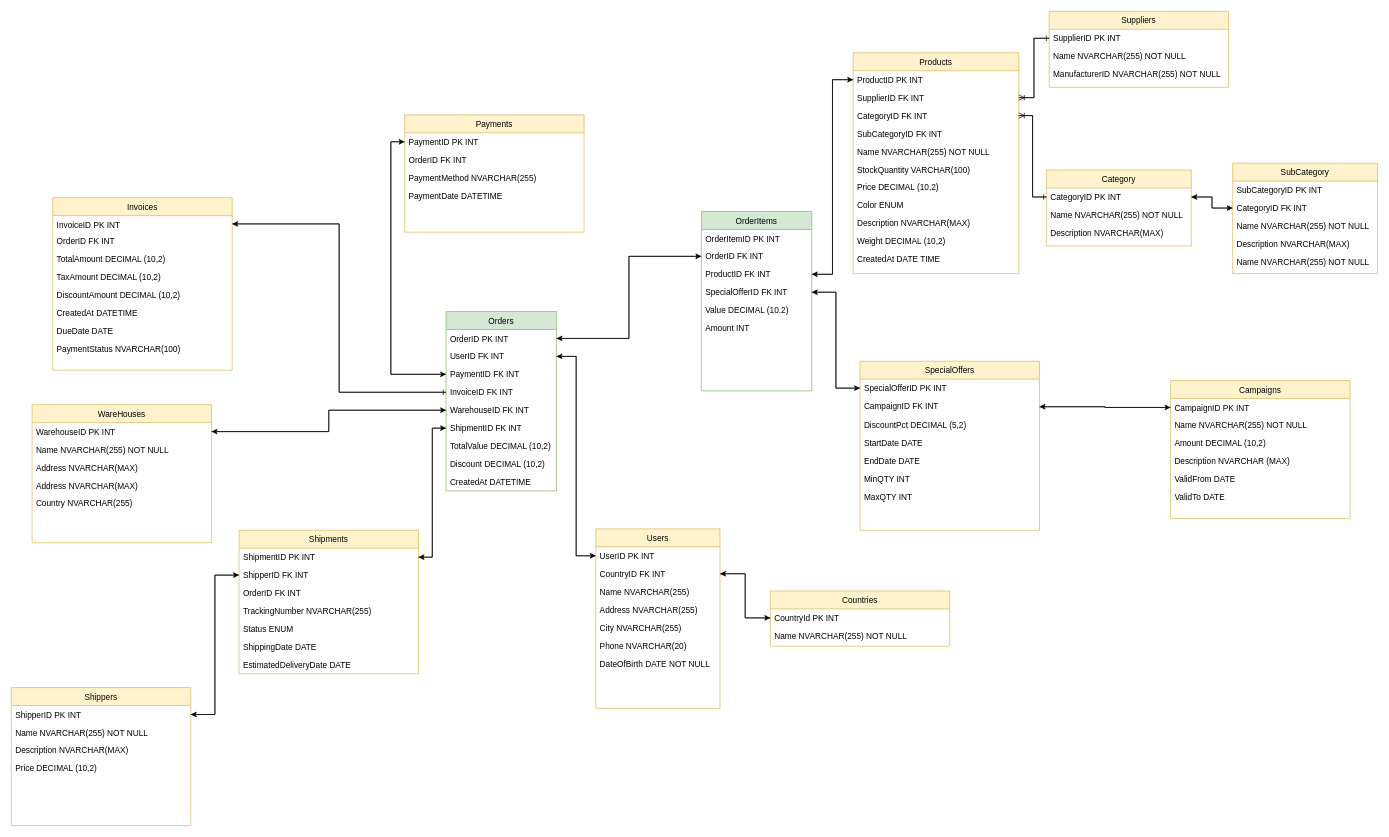
Before: star diagram.drawio in LuccaLinguine/BankDB, a draw.io diagram. Source tidied: cells renumbered, new cells numbered last; positions are measured from the earlier drawing's top-left corner, leaving out a move shared by most shapes. Both pictures are drawn from the tidied source at 69%, with x=0, y=0 at pixel (11, 11).
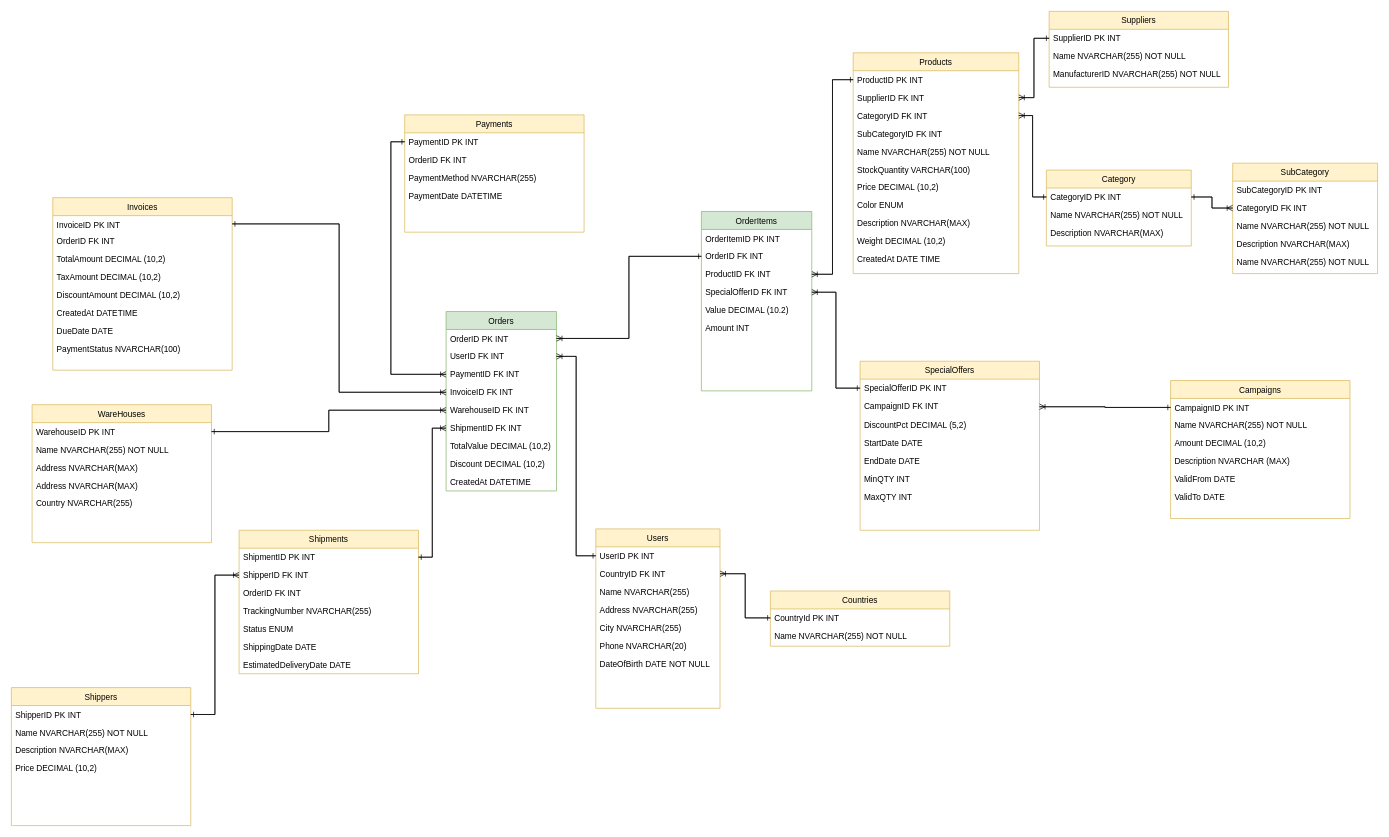
Above is the later version.

The change refers to these unchanged cells:
```xml
<mxCell id="3" value="OrderID PK INT" style="text;align=left;verticalAlign=top;spacingLeft=4;spacingRight=4;overflow=hidden;points=[[0,0.5],[1,0.5]];portConstraint=eastwest;" parent="2" vertex="1">
  <mxGeometry y="26" width="160" height="26" as="geometry" />
</mxCell>
<mxCell id="4" value="UserID FK INT" style="text;align=left;verticalAlign=top;spacingLeft=4;spacingRight=4;overflow=hidden;points=[[0,0.5],[1,0.5]];portConstraint=eastwest;rounded=0;shadow=0;html=0;" parent="2" vertex="1">
  <mxGeometry y="52" width="160" height="26" as="geometry" />
</mxCell>
<mxCell id="5" value="PaymentID FK INT" style="text;align=left;verticalAlign=top;spacingLeft=4;spacingRight=4;overflow=hidden;points=[[0,0.5],[1,0.5]];portConstraint=eastwest;" parent="2" vertex="1">
  <mxGeometry y="78" width="160" height="26" as="geometry" />
</mxCell>
<mxCell id="6" value="InvoiceID FK INT" style="text;align=left;verticalAlign=top;spacingLeft=4;spacingRight=4;overflow=hidden;points=[[0,0.5],[1,0.5]];portConstraint=eastwest;" parent="2" vertex="1">
  <mxGeometry y="104" width="160" height="26" as="geometry" />
</mxCell>
<mxCell id="7" value="WarehouseID FK INT" style="text;align=left;verticalAlign=top;spacingLeft=4;spacingRight=4;overflow=hidden;points=[[0,0.5],[1,0.5]];portConstraint=eastwest;" parent="2" vertex="1">
  <mxGeometry y="130" width="160" height="26" as="geometry" />
</mxCell>
<mxCell id="8" value="ShipmentID FK INT" style="text;align=left;verticalAlign=top;spacingLeft=4;spacingRight=4;overflow=hidden;points=[[0,0.5],[1,0.5]];portConstraint=eastwest;" parent="2" vertex="1">
  <mxGeometry y="156" width="160" height="26" as="geometry" />
</mxCell>
<mxCell id="14" value="OrderID FK INT" style="text;align=left;verticalAlign=top;spacingLeft=4;spacingRight=4;overflow=hidden;points=[[0,0.5],[1,0.5]];portConstraint=eastwest;" parent="12" vertex="1">
  <mxGeometry y="52" width="160" height="26" as="geometry" />
</mxCell>
<mxCell id="15" value="ProductID FK INT" style="text;align=left;verticalAlign=top;spacingLeft=4;spacingRight=4;overflow=hidden;points=[[0,0.5],[1,0.5]];portConstraint=eastwest;" parent="12" vertex="1">
  <mxGeometry y="78" width="160" height="26" as="geometry" />
</mxCell>
<mxCell id="16" value="SpecialOfferID FK INT" style="text;align=left;verticalAlign=top;spacingLeft=4;spacingRight=4;overflow=hidden;points=[[0,0.5],[1,0.5]];portConstraint=eastwest;" parent="12" vertex="1">
  <mxGeometry y="104" width="160" height="26" as="geometry" />
</mxCell>
<mxCell id="20" value="UserID PK INT" style="text;align=left;verticalAlign=top;spacingLeft=4;spacingRight=4;overflow=hidden;points=[[0,0.5],[1,0.5]];portConstraint=eastwest;" parent="19" vertex="1">
  <mxGeometry y="26" width="180" height="26" as="geometry" />
</mxCell>
<mxCell id="21" value="CountryID FK INT" style="text;align=left;verticalAlign=top;spacingLeft=4;spacingRight=4;overflow=hidden;points=[[0,0.5],[1,0.5]];portConstraint=eastwest;" parent="19" vertex="1">
  <mxGeometry y="52" width="180" height="26" as="geometry" />
</mxCell>
<mxCell id="28" value="ProductID PK INT" style="text;align=left;verticalAlign=top;spacingLeft=4;spacingRight=4;overflow=hidden;points=[[0,0.5],[1,0.5]];portConstraint=eastwest;" parent="27" vertex="1">
  <mxGeometry y="26" width="240" height="26" as="geometry" />
</mxCell>
<mxCell id="41" value="CategoryID FK INT" style="text;align=left;verticalAlign=top;spacingLeft=4;spacingRight=4;overflow=hidden;points=[[0,0.5],[1,0.5]];portConstraint=eastwest;" parent="39" vertex="1">
  <mxGeometry y="52" width="210" height="26" as="geometry" />
</mxCell>
<mxCell id="46" value="CategoryID PK INT" style="text;align=left;verticalAlign=top;spacingLeft=4;spacingRight=4;overflow=hidden;points=[[0,0.5],[1,0.5]];portConstraint=eastwest;" parent="45" vertex="1">
  <mxGeometry y="26" width="210" height="26" as="geometry" />
</mxCell>
<mxCell id="54" value="CampaignID PK INT" style="text;align=left;verticalAlign=top;spacingLeft=4;spacingRight=4;overflow=hidden;points=[[0,0.5],[1,0.5]];portConstraint=eastwest;" parent="53" vertex="1">
  <mxGeometry y="26" width="260" height="26" as="geometry" />
</mxCell>
<mxCell id="61" value="SpecialOfferID PK INT" style="text;align=left;verticalAlign=top;spacingLeft=4;spacingRight=4;overflow=hidden;points=[[0,0.5],[1,0.5]];portConstraint=eastwest;" parent="60" vertex="1">
  <mxGeometry y="26" width="260" height="26" as="geometry" />
</mxCell>
<mxCell id="62" value="CampaignID FK INT" style="text;align=left;verticalAlign=top;spacingLeft=4;spacingRight=4;overflow=hidden;points=[[0,0.5],[1,0.5]];portConstraint=eastwest;" parent="60" vertex="1">
  <mxGeometry y="52" width="260" height="28" as="geometry" />
</mxCell>
<mxCell id="69" value="ShipperID PK INT" style="text;align=left;verticalAlign=top;spacingLeft=4;spacingRight=4;overflow=hidden;points=[[0,0.5],[1,0.5]];portConstraint=eastwest;" parent="68" vertex="1">
  <mxGeometry y="26" width="260" height="26" as="geometry" />
</mxCell>
<mxCell id="74" value="ShipmentID PK INT" style="text;align=left;verticalAlign=top;spacingLeft=4;spacingRight=4;overflow=hidden;points=[[0,0.5],[1,0.5]];portConstraint=eastwest;" parent="73" vertex="1">
  <mxGeometry y="26" width="260" height="26" as="geometry" />
</mxCell>
<mxCell id="75" value="ShipperID FK INT" style="text;align=left;verticalAlign=top;spacingLeft=4;spacingRight=4;overflow=hidden;points=[[0,0.5],[1,0.5]];portConstraint=eastwest;" parent="73" vertex="1">
  <mxGeometry y="52" width="260" height="26" as="geometry" />
</mxCell>
<mxCell id="82" value="WarehouseID PK INT" style="text;align=left;verticalAlign=top;spacingLeft=4;spacingRight=4;overflow=hidden;points=[[0,0.5],[1,0.5]];portConstraint=eastwest;" parent="81" vertex="1">
  <mxGeometry y="26" width="260" height="26" as="geometry" />
</mxCell>
<mxCell id="88" value="PaymentID PK INT" style="text;align=left;verticalAlign=top;spacingLeft=4;spacingRight=4;overflow=hidden;points=[[0,0.5],[1,0.5]];portConstraint=eastwest;" parent="87" vertex="1">
  <mxGeometry y="26" width="260" height="26" as="geometry" />
</mxCell>
<mxCell id="93" value="InvoiceID PK INT" style="text;align=left;verticalAlign=top;spacingLeft=4;spacingRight=4;overflow=hidden;points=[[0,0.5],[1,0.5]];portConstraint=eastwest;" parent="92" vertex="1">
  <mxGeometry y="26" width="260" height="24" as="geometry" />
</mxCell>
<mxCell id="102" value="CountryId PK INT" style="text;align=left;verticalAlign=top;spacingLeft=4;spacingRight=4;overflow=hidden;points=[[0,0.5],[1,0.5]];portConstraint=eastwest;" parent="101" vertex="1">
  <mxGeometry y="26" width="260" height="26" as="geometry" />
</mxCell>
```

What changed in the source:
```diff
@@
-    <mxCell id="104" style="edgeStyle=orthogonalEdgeStyle;rounded=0;jettySize=auto;html=1;exitX=0;exitY=0.5;exitDx=0;exitDy=0;entryX=0;entryY=0.5;entryDx=0;entryDy=0;" parent="1" edge="1" source="5" target="88">
+    <mxCell id="104" style="edgeStyle=orthogonalEdgeStyle;rounded=0;jettySize=auto;html=1;exitX=0;exitY=0.5;exitDx=0;exitDy=0;entryX=0;entryY=0.5;entryDx=0;entryDy=0;endArrow=ERone;endFill=0;" parent="1" edge="1" source="5" target="88">
       <mxGeometry relative="1" as="geometry" />
     </mxCell>
-    <mxCell id="105" style="edgeStyle=orthogonalEdgeStyle;rounded=0;jettySize=auto;html=1;exitX=0;exitY=0.5;exitDx=0;exitDy=0;entryX=1;entryY=0.5;entryDx=0;entryDy=0;" parent="1" edge="1" source="6" target="93">
+    <mxCell id="105" style="edgeStyle=orthogonalEdgeStyle;rounded=0;jettySize=auto;html=1;exitX=0;exitY=0.5;exitDx=0;exitDy=0;entryX=1;entryY=0.5;entryDx=0;entryDy=0;endArrow=ERone;endFill=0;" parent="1" edge="1" source="6" target="93">
       <mxGeometry relative="1" as="geometry" />
     </mxCell>
-    <mxCell id="106" style="edgeStyle=orthogonalEdgeStyle;rounded=0;jettySize=auto;html=1;exitX=1;exitY=0.5;exitDx=0;exitDy=0;entryX=0;entryY=0.5;entryDx=0;entryDy=0;" parent="1" edge="1" source="4" target="20">
+    <mxCell id="106" style="edgeStyle=orthogonalEdgeStyle;rounded=0;jettySize=auto;html=1;exitX=1;exitY=0.5;exitDx=0;exitDy=0;entryX=0;entryY=0.5;entryDx=0;entryDy=0;endArrow=ERone;endFill=0;" parent="1" edge="1" source="4" target="20">
       <mxGeometry relative="1" as="geometry" />
     </mxCell>
-    <mxCell id="107" style="edgeStyle=orthogonalEdgeStyle;rounded=0;jettySize=auto;html=1;exitX=1;exitY=0.5;exitDx=0;exitDy=0;entryX=0;entryY=0.5;entryDx=0;entryDy=0;" parent="1" edge="1" source="21" target="102">
+    <mxCell id="107" style="edgeStyle=orthogonalEdgeStyle;rounded=0;jettySize=auto;html=1;exitX=1;exitY=0.5;exitDx=0;exitDy=0;entryX=0;entryY=0.5;entryDx=0;entryDy=0;endArrow=ERone;endFill=0;" parent="1" edge="1" source="21" target="102">
       <mxGeometry relative="1" as="geometry" />
     </mxCell>
-    <mxCell id="108" style="edgeStyle=orthogonalEdgeStyle;rounded=0;jettySize=auto;html=1;exitX=0;exitY=0.5;exitDx=0;exitDy=0;entryX=1;entryY=0.5;entryDx=0;entryDy=0;" parent="1" edge="1" source="75" target="69">
+    <mxCell id="108" style="edgeStyle=orthogonalEdgeStyle;rounded=0;jettySize=auto;html=1;exitX=0;exitY=0.5;exitDx=0;exitDy=0;entryX=1;entryY=0.5;entryDx=0;entryDy=0;endArrow=ERone;endFill=0;" parent="1" edge="1" source="75" target="69">
       <mxGeometry relative="1" as="geometry" />
     </mxCell>
-    <mxCell id="109" style="edgeStyle=orthogonalEdgeStyle;rounded=0;jettySize=auto;html=1;exitX=1;exitY=0.5;exitDx=0;exitDy=0;entryX=0;entryY=0.5;entryDx=0;entryDy=0;" parent="1" edge="1" source="74" target="8">
+    <mxCell id="109" style="edgeStyle=orthogonalEdgeStyle;rounded=0;jettySize=auto;html=1;exitX=1;exitY=0.5;exitDx=0;exitDy=0;entryX=0;entryY=0.5;entryDx=0;entryDy=0;endArrow=ERoneToMany;endFill=0;" parent="1" edge="1" source="74" target="8">
       <mxGeometry relative="1" as="geometry" />
     </mxCell>
-    <mxCell id="110" style="edgeStyle=orthogonalEdgeStyle;rounded=0;jettySize=auto;html=1;exitX=0;exitY=0.5;exitDx=0;exitDy=0;entryX=1;entryY=0.5;entryDx=0;entryDy=0;" parent="1" edge="1" source="7" target="82">
+    <mxCell id="110" style="edgeStyle=orthogonalEdgeStyle;rounded=0;jettySize=auto;html=1;exitX=0;exitY=0.5;exitDx=0;exitDy=0;entryX=1;entryY=0.5;entryDx=0;entryDy=0;endArrow=ERone;endFill=0;" parent="1" edge="1" source="7" target="82">
       <mxGeometry relative="1" as="geometry" />
     </mxCell>
-    <mxCell id="111" style="edgeStyle=orthogonalEdgeStyle;rounded=0;jettySize=auto;html=1;exitX=0;exitY=0.5;exitDx=0;exitDy=0;entryX=1;entryY=0.5;entryDx=0;entryDy=0;" parent="1" edge="1" source="14" target="3">
+    <mxCell id="111" style="edgeStyle=orthogonalEdgeStyle;rounded=0;jettySize=auto;html=1;exitX=0;exitY=0.5;exitDx=0;exitDy=0;entryX=1;entryY=0.5;entryDx=0;entryDy=0;endArrow=ERoneToMany;endFill=0;" parent="1" edge="1" source="14" target="3">
       <mxGeometry relative="1" as="geometry" />
     </mxCell>
-    <mxCell id="112" style="edgeStyle=orthogonalEdgeStyle;rounded=0;jettySize=auto;html=1;exitX=1;exitY=0.5;exitDx=0;exitDy=0;entryX=0;entryY=0.5;entryDx=0;entryDy=0;" parent="1" edge="1" source="15" target="28">
+    <mxCell id="112" style="edgeStyle=orthogonalEdgeStyle;rounded=0;jettySize=auto;html=1;exitX=1;exitY=0.5;exitDx=0;exitDy=0;entryX=0;entryY=0.5;entryDx=0;entryDy=0;endArrow=ERone;endFill=0;" parent="1" edge="1" source="15" target="28">
       <mxGeometry relative="1" as="geometry" />
     </mxCell>
@@
-    <mxCell id="114" style="edgeStyle=orthogonalEdgeStyle;rounded=0;jettySize=auto;html=1;exitX=1;exitY=0.5;exitDx=0;exitDy=0;entryX=0;entryY=0.5;entryDx=0;entryDy=0;" parent="1" edge="1" source="46" target="41">
+    <mxCell id="114" style="edgeStyle=orthogonalEdgeStyle;rounded=0;jettySize=auto;html=1;exitX=1;exitY=0.5;exitDx=0;exitDy=0;entryX=0;entryY=0.5;entryDx=0;entryDy=0;endArrow=ERoneToMany;endFill=0;" parent="1" edge="1" source="46" target="41">
       <mxGeometry relative="1" as="geometry" />
     </mxCell>
@@
-    <mxCell id="116" style="edgeStyle=orthogonalEdgeStyle;rounded=0;jettySize=auto;html=1;exitX=1;exitY=0.5;exitDx=0;exitDy=0;entryX=0;entryY=0.5;entryDx=0;entryDy=0;" parent="1" edge="1" source="16" target="61">
+    <mxCell id="116" style="edgeStyle=orthogonalEdgeStyle;rounded=0;jettySize=auto;html=1;exitX=1;exitY=0.5;exitDx=0;exitDy=0;entryX=0;entryY=0.5;entryDx=0;entryDy=0;endArrow=ERone;endFill=0;" parent="1" edge="1" source="16" target="61">
       <mxGeometry relative="1" as="geometry" />
     </mxCell>
-    <mxCell id="117" style="edgeStyle=orthogonalEdgeStyle;rounded=0;jettySize=auto;html=1;exitX=1;exitY=0.5;exitDx=0;exitDy=0;entryX=0;entryY=0.5;entryDx=0;entryDy=0;" parent="1" edge="1" source="62" target="54">
+    <mxCell id="117" style="edgeStyle=orthogonalEdgeStyle;rounded=0;jettySize=auto;html=1;exitX=1;exitY=0.5;exitDx=0;exitDy=0;entryX=0;entryY=0.5;entryDx=0;entryDy=0;endArrow=ERone;endFill=0;" parent="1" edge="1" source="62" target="54">
       <mxGeometry relative="1" as="geometry" />
     </mxCell>
-    <mxCell id="118" style="edgeStyle=orthogonalEdgeStyle;rounded=0;jettySize=auto;html=1;exitX=1;exitY=0.5;exitDx=0;exitDy=0;" parent="1" edge="1" source="69" target="75">
+    <mxCell id="118" style="edgeStyle=orthogonalEdgeStyle;rounded=0;jettySize=auto;html=1;exitX=1;exitY=0.5;exitDx=0;exitDy=0;endArrow=ERoneToMany;endFill=0;" parent="1" edge="1" source="69" target="75">
       <mxGeometry relative="1" as="geometry" />
     </mxCell>
-    <mxCell id="119" style="edgeStyle=orthogonalEdgeStyle;rounded=0;jettySize=auto;html=1;exitX=1;exitY=0.5;exitDx=0;exitDy=0;entryX=0;entryY=0.5;entryDx=0;entryDy=0;" parent="1" edge="1" source="82" target="7">
+    <mxCell id="119" style="edgeStyle=orthogonalEdgeStyle;rounded=0;jettySize=auto;html=1;exitX=1;exitY=0.5;exitDx=0;exitDy=0;entryX=0;entryY=0.5;entryDx=0;entryDy=0;endArrow=ERoneToMany;endFill=0;" parent="1" edge="1" source="82" target="7">
       <mxGeometry relative="1" as="geometry" />
     </mxCell>
-    <mxCell id="120" style="edgeStyle=orthogonalEdgeStyle;rounded=0;jettySize=auto;html=1;exitX=0;exitY=0.5;exitDx=0;exitDy=0;entryX=1;entryY=0.5;entryDx=0;entryDy=0;" parent="1" edge="1" source="8" target="74">
+    <mxCell id="120" style="edgeStyle=orthogonalEdgeStyle;rounded=0;jettySize=auto;html=1;exitX=0;exitY=0.5;exitDx=0;exitDy=0;entryX=1;entryY=0.5;entryDx=0;entryDy=0;endArrow=ERone;endFill=0;" parent="1" edge="1" source="8" target="74">
       <mxGeometry relative="1" as="geometry" />
     </mxCell>
-    <mxCell id="121" style="edgeStyle=orthogonalEdgeStyle;rounded=0;jettySize=auto;html=1;exitX=0;exitY=0.5;exitDx=0;exitDy=0;entryX=1;entryY=0.5;entryDx=0;entryDy=0;" parent="1" edge="1" source="20" target="4">
+    <mxCell id="121" style="edgeStyle=orthogonalEdgeStyle;rounded=0;jettySize=auto;html=1;exitX=0;exitY=0.5;exitDx=0;exitDy=0;entryX=1;entryY=0.5;entryDx=0;entryDy=0;endArrow=ERoneToMany;endFill=0;" parent="1" edge="1" source="20" target="4">
       <mxGeometry relative="1" as="geometry" />
     </mxCell>
-    <mxCell id="122" style="edgeStyle=orthogonalEdgeStyle;rounded=0;jettySize=auto;html=1;exitX=0;exitY=0.5;exitDx=0;exitDy=0;entryX=1;entryY=0.5;entryDx=0;entryDy=0;" parent="1" edge="1" source="102" target="21">
+    <mxCell id="122" style="edgeStyle=orthogonalEdgeStyle;rounded=0;jettySize=auto;html=1;exitX=0;exitY=0.5;exitDx=0;exitDy=0;entryX=1;entryY=0.5;entryDx=0;entryDy=0;endArrow=ERoneToMany;endFill=0;" parent="1" edge="1" source="102" target="21">
       <mxGeometry relative="1" as="geometry" />
     </mxCell>
-    <mxCell id="123" style="edgeStyle=orthogonalEdgeStyle;rounded=0;jettySize=auto;html=1;exitX=0;exitY=0.5;exitDx=0;exitDy=0;entryX=0;entryY=0.5;entryDx=0;entryDy=0;" parent="1" edge="1" source="88" target="5">
+    <mxCell id="123" style="edgeStyle=orthogonalEdgeStyle;rounded=0;jettySize=auto;html=1;exitX=0;exitY=0.5;exitDx=0;exitDy=0;entryX=0;entryY=0.5;entryDx=0;entryDy=0;endArrow=ERoneToMany;endFill=0;" parent="1" edge="1" source="88" target="5">
       <mxGeometry relative="1" as="geometry" />
     </mxCell>
-    <mxCell id="124" style="edgeStyle=orthogonalEdgeStyle;rounded=0;jettySize=auto;html=1;exitX=1;exitY=0.5;exitDx=0;exitDy=0;entryX=0;entryY=0.5;entryDx=0;entryDy=0;" parent="1" edge="1" source="3" target="14">
+    <mxCell id="124" style="edgeStyle=orthogonalEdgeStyle;rounded=0;jettySize=auto;html=1;exitX=1;exitY=0.5;exitDx=0;exitDy=0;entryX=0;entryY=0.5;entryDx=0;entryDy=0;endArrow=ERone;endFill=0;" parent="1" edge="1" source="3" target="14">
       <mxGeometry relative="1" as="geometry" />
     </mxCell>
-    <mxCell id="125" style="edgeStyle=orthogonalEdgeStyle;rounded=0;jettySize=auto;html=1;exitX=0;exitY=0.5;exitDx=0;exitDy=0;entryX=1;entryY=0.5;entryDx=0;entryDy=0;" parent="1" edge="1" source="28" target="15">
+    <mxCell id="125" style="edgeStyle=orthogonalEdgeStyle;rounded=0;jettySize=auto;html=1;exitX=0;exitY=0.5;exitDx=0;exitDy=0;entryX=1;entryY=0.5;entryDx=0;entryDy=0;endArrow=ERoneToMany;endFill=0;" parent="1" edge="1" source="28" target="15">
       <mxGeometry relative="1" as="geometry" />
     </mxCell>
-    <mxCell id="126" style="edgeStyle=orthogonalEdgeStyle;rounded=0;jettySize=auto;html=1;exitX=0;exitY=0.5;exitDx=0;exitDy=0;entryX=1;entryY=0.5;entryDx=0;entryDy=0;" parent="1" edge="1" source="61" target="16">
+    <mxCell id="126" style="edgeStyle=orthogonalEdgeStyle;rounded=0;jettySize=auto;html=1;exitX=0;exitY=0.5;exitDx=0;exitDy=0;entryX=1;entryY=0.5;entryDx=0;entryDy=0;endArrow=ERoneToMany;endFill=0;" parent="1" edge="1" source="61" target="16">
       <mxGeometry relative="1" as="geometry" />
     </mxCell>
-    <mxCell id="127" style="edgeStyle=orthogonalEdgeStyle;rounded=0;jettySize=auto;html=1;exitX=0;exitY=0.5;exitDx=0;exitDy=0;entryX=1;entryY=0.5;entryDx=0;entryDy=0;" parent="1" edge="1" source="54" target="62">
+    <mxCell id="127" style="edgeStyle=orthogonalEdgeStyle;rounded=0;jettySize=auto;html=1;exitX=0;exitY=0.5;exitDx=0;exitDy=0;entryX=1;entryY=0.5;entryDx=0;entryDy=0;endArrow=ERoneToMany;endFill=0;" parent="1" edge="1" source="54" target="62">
       <mxGeometry relative="1" as="geometry" />
     </mxCell>
-    <mxCell id="128" style="edgeStyle=orthogonalEdgeStyle;rounded=0;jettySize=auto;html=1;exitX=0;exitY=0.5;exitDx=0;exitDy=0;" parent="1" edge="1" source="41" target="46">
+    <mxCell id="128" style="edgeStyle=orthogonalEdgeStyle;rounded=0;jettySize=auto;html=1;exitX=0;exitY=0.5;exitDx=0;exitDy=0;endArrow=ERone;endFill=0;" parent="1" edge="1" source="41" target="46">
       <mxGeometry relative="1" as="geometry" />
     </mxCell>
@@
-    <mxCell id="131" style="edgeStyle=orthogonalEdgeStyle;rounded=0;jettySize=auto;html=1;exitX=1;exitY=0.5;exitDx=0;exitDy=0;entryX=0;entryY=0.5;entryDx=0;entryDy=0;endArrow=ERone;endFill=0;" parent="1" edge="1" source="93" target="6">
+    <mxCell id="131" style="edgeStyle=orthogonalEdgeStyle;rounded=0;jettySize=auto;html=1;exitX=1;exitY=0.5;exitDx=0;exitDy=0;entryX=0;entryY=0.5;entryDx=0;entryDy=0;endArrow=ERoneToMany;endFill=0;" parent="1" edge="1" source="93" target="6">
       <mxGeometry relative="1" as="geometry" />
     </mxCell>
```
